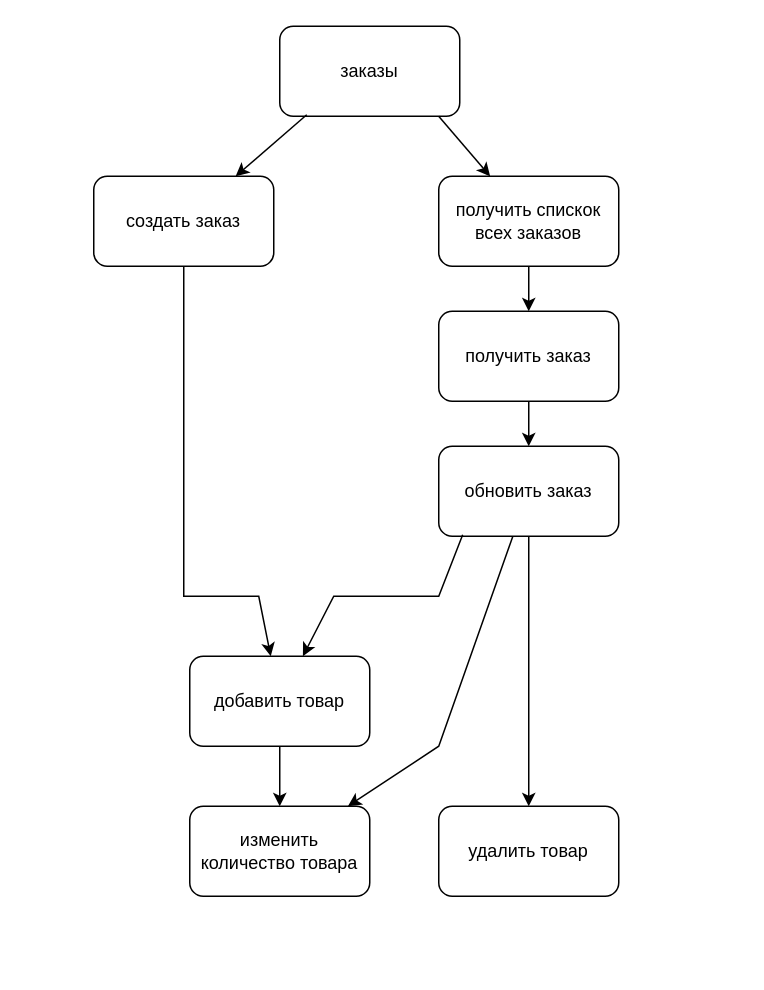
The draw.io diagram Диаграмма без названия.drawio in omelchenkopete/SA, before the edit. Source tidied: cells renumbered, new cells numbered last; positions are measured from the earlier drawing's top-left corner, leaving out a move shared by most shapes. Both pictures are drawn from the tidied source at 150%, with x=0, y=0 at pixel (93, 26).
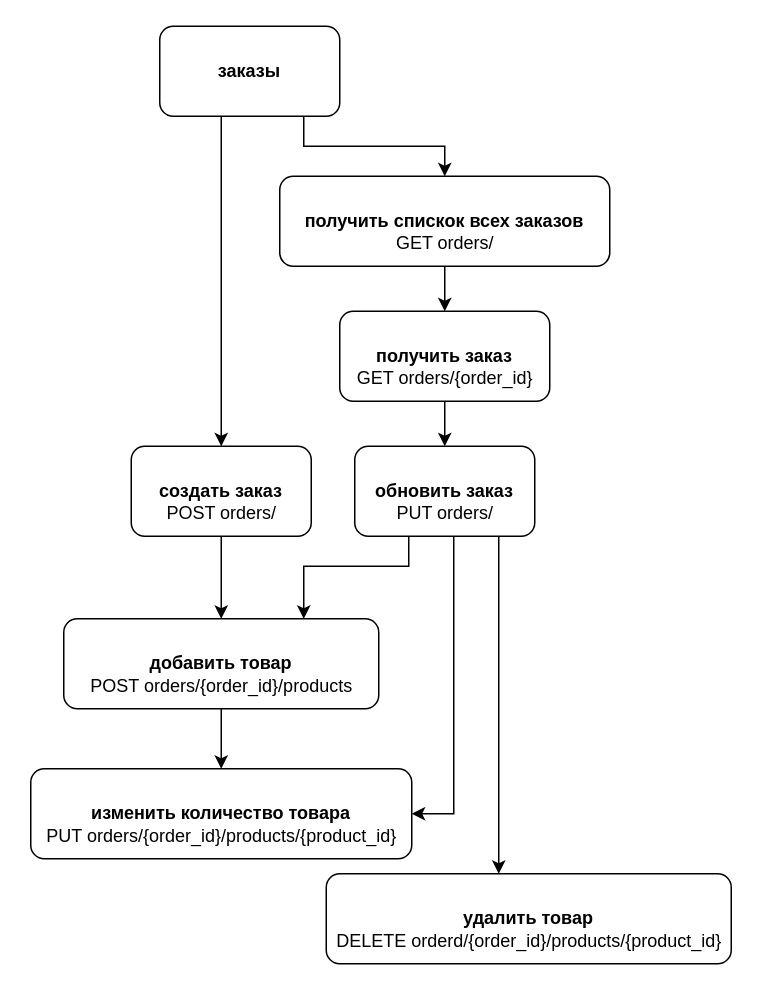
The same page after the edit.

The edit, as a diff of the source:
```diff
@@
-    <mxCell id="2" value="заказы" style="rounded=1;whiteSpace=wrap;html=1;" parent="1" vertex="1">
-      <mxGeometry x="124" width="120" height="60" as="geometry" />
+    <mxCell id="2" value="заказы" style="rounded=1;whiteSpace=wrap;html=1;fontStyle=1;" parent="1" vertex="1">
+      <mxGeometry x="44" width="120" height="60" as="geometry" />
     </mxCell>
-    <mxCell id="3" value="получить спискок всех заказов" style="rounded=1;whiteSpace=wrap;html=1;" parent="1" vertex="1">
-      <mxGeometry x="230" y="100" width="120" height="60" as="geometry" />
+    <mxCell id="3" value="получить спискок всех заказов" style="rounded=1;whiteSpace=wrap;html=1;fontStyle=1;" parent="1" vertex="1">
+      <mxGeometry x="124" y="100" width="220" height="60" as="geometry" />
     </mxCell>
-    <mxCell id="4" value="создать заказ" style="rounded=1;whiteSpace=wrap;html=1;" parent="1" vertex="1">
-      <mxGeometry y="100" width="120" height="60" as="geometry" />
+    <mxCell id="4" value="создать заказ" style="rounded=1;whiteSpace=wrap;html=1;fontStyle=1;" parent="1" vertex="1">
+      <mxGeometry x="25" y="280" width="120" height="60" as="geometry" />
     </mxCell>
-    <mxCell id="5" value="получить заказ" style="rounded=1;whiteSpace=wrap;html=1;" parent="1" vertex="1">
-      <mxGeometry x="230" y="190" width="120" height="60" as="geometry" />
+    <mxCell id="5" value="получить заказ" style="rounded=1;whiteSpace=wrap;html=1;fontStyle=1;" parent="1" vertex="1">
+      <mxGeometry x="164" y="190" width="140" height="60" as="geometry" />
     </mxCell>
-    <mxCell id="6" style="endArrow=classic;html=1;rounded=0;" parent="1" edge="1" source="3" target="5">
+    <mxCell id="6" style="endArrow=classic;html=1;rounded=0;" parent="1" edge="1" source="25" target="5">
       <mxGeometry relative="1" as="geometry" />
     </mxCell>
-    <mxCell id="7" value="обновить заказ" style="rounded=1;whiteSpace=wrap;html=1;" parent="1" vertex="1">
-      <mxGeometry x="230" y="280" width="120" height="60" as="geometry" />
+    <mxCell id="7" value="обновить заказ" style="rounded=1;whiteSpace=wrap;html=1;fontStyle=1;" parent="1" vertex="1">
+      <mxGeometry x="174" y="280" width="120" height="60" as="geometry" />
     </mxCell>
@@
-    <mxCell id="9" value="добавить товар" style="rounded=1;whiteSpace=wrap;html=1;" parent="1" vertex="1">
-      <mxGeometry x="64" y="420" width="120" height="60" as="geometry" />
+    <mxCell id="9" value="добавить товар" style="rounded=1;whiteSpace=wrap;html=1;fontStyle=1;" parent="1" vertex="1">
+      <mxGeometry x="-20" y="395" width="210" height="60" as="geometry" />
     </mxCell>
-    <mxCell id="10" style="endArrow=classic;html=1;rounded=0;" parent="1" edge="1" source="4" target="9">
-      <mxGeometry relative="1" as="geometry">
-        <Array as="points">
-          <mxPoint x="60" y="380" />
-          <mxPoint x="110" y="380" />
-        </Array>
-      </mxGeometry>
+    <mxCell id="10" style="endArrow=classic;html=1;rounded=0;edgeStyle=orthogonalEdgeStyle;" parent="1" edge="1" source="4" target="9">
+      <mxGeometry relative="1" as="geometry" />
     </mxCell>
-    <mxCell id="11" style="endArrow=classic;html=1;rounded=0;exitX=0.133;exitY=0.983;exitDx=0;exitDy=0;exitPerimeter=0;" parent="1" edge="1" source="7" target="9">
+    <mxCell id="11" style="endArrow=classic;html=1;rounded=0;edgeStyle=orthogonalEdgeStyle;" parent="1" edge="1" source="7" target="9">
       <mxGeometry relative="1" as="geometry">
         <Array as="points">
-          <mxPoint x="230" y="380" />
-          <mxPoint x="160" y="380" />
+          <mxPoint x="210" y="360" />
+          <mxPoint x="140" y="360" />
         </Array>
       </mxGeometry>
     </mxCell>
-    <mxCell id="12" value="удалить товар" style="rounded=1;whiteSpace=wrap;html=1;" parent="1" vertex="1">
-      <mxGeometry x="230" y="520" width="120" height="60" as="geometry" />
+    <mxCell id="12" value="удалить товар" style="rounded=1;whiteSpace=wrap;html=1;fontStyle=1;" parent="1" vertex="1">
+      <mxGeometry x="155" y="565" width="270" height="60" as="geometry" />
     </mxCell>
-    <mxCell id="13" style="endArrow=classic;html=1;rounded=0;" parent="1" edge="1" source="7" target="12">
-      <mxGeometry relative="1" as="geometry" />
+    <mxCell id="13" style="endArrow=classic;html=1;rounded=0;edgeStyle=orthogonalEdgeStyle;" parent="1" edge="1" source="7" target="12">
+      <mxGeometry relative="1" as="geometry">
+        <Array as="points">
+          <mxPoint x="270" y="440" />
+          <mxPoint x="270" y="440" />
+        </Array>
+      </mxGeometry>
     </mxCell>
-    <mxCell id="14" value="изменить количество товара" style="rounded=1;whiteSpace=wrap;html=1;" parent="1" vertex="1">
-      <mxGeometry x="64" y="520" width="120" height="60" as="geometry" />
+    <mxCell id="14" value="изменить количество товара" style="rounded=1;whiteSpace=wrap;html=1;fontStyle=1;" parent="1" vertex="1">
+      <mxGeometry x="-42" y="495" width="254" height="60" as="geometry" />
     </mxCell>
-    <mxCell id="15" style="endArrow=classic;html=1;rounded=0;" parent="1" edge="1" source="7" target="14">
+    <mxCell id="15" style="endArrow=classic;html=1;rounded=0;edgeStyle=orthogonalEdgeStyle;" parent="1" edge="1" source="7" target="14">
       <mxGeometry relative="1" as="geometry">
         <Array as="points">
-          <mxPoint x="230" y="480" />
+          <mxPoint x="240" y="525" />
         </Array>
       </mxGeometry>
     </mxCell>
@@
-    <mxCell id="17" style="endArrow=classic;html=1;rounded=0;exitX=0.15;exitY=0.983;exitDx=0;exitDy=0;exitPerimeter=0;" parent="1" edge="1" source="2" target="4">
-      <mxGeometry relative="1" as="geometry" />
+    <mxCell id="17" style="endArrow=classic;html=1;rounded=0;edgeStyle=orthogonalEdgeStyle;" parent="1" edge="1" source="2" target="4">
+      <mxGeometry relative="1" as="geometry">
+        <Array as="points">
+          <mxPoint x="85" y="110" />
+          <mxPoint x="85" y="110" />
+        </Array>
+      </mxGeometry>
     </mxCell>
-    <mxCell id="18" style="endArrow=classic;html=1;rounded=0;exitX=0.883;exitY=1;exitDx=0;exitDy=0;exitPerimeter=0;" parent="1" edge="1" source="2" target="3">
-      <mxGeometry relative="1" as="geometry" />
+    <mxCell id="18" style="endArrow=classic;html=1;rounded=0;edgeStyle=orthogonalEdgeStyle;" parent="1" edge="1" source="2" target="3">
+      <mxGeometry relative="1" as="geometry">
+        <Array as="points">
+          <mxPoint x="140" y="80" />
+          <mxPoint x="234" y="80" />
+        </Array>
+      </mxGeometry>
     </mxCell>
+    <mxCell id="19" value="GET orders/{order_id}" style="text;html=1;align=center;verticalAlign=middle;strokeColor=none;fillColor=none;" parent="1" vertex="1">
+      <mxGeometry x="164" y="220" width="140" height="30" as="geometry" />
+    </mxCell>
+    <mxCell id="20" value="POST orders/" style="text;html=1;align=center;verticalAlign=middle;strokeColor=none;fillColor=none;" parent="1" vertex="1">
+      <mxGeometry x="35" y="310" width="100" height="30" as="geometry" />
+    </mxCell>
+    <mxCell id="21" value="PUT orders/" style="text;html=1;align=center;verticalAlign=middle;strokeColor=none;fillColor=none;" parent="1" vertex="1">
+      <mxGeometry x="189" y="310" width="90" height="30" as="geometry" />
+    </mxCell>
+    <mxCell id="22" value="POST orders/{order_id}/products" style="text;html=1;align=center;verticalAlign=middle;strokeColor=none;fillColor=none;" parent="1" vertex="1">
+      <mxGeometry x="-15" y="425" width="200" height="30" as="geometry" />
+    </mxCell>
+    <mxCell id="23" value="PUT orders/{order_id}/products/{product_id}" style="text;html=1;align=center;verticalAlign=middle;strokeColor=none;fillColor=none;" parent="1" vertex="1">
+      <mxGeometry x="-45" y="525" width="260" height="30" as="geometry" />
+    </mxCell>
+    <mxCell id="24" value="DELETE orderd/{order_id}/products/{product_id}" style="text;html=1;align=center;verticalAlign=middle;strokeColor=none;fillColor=none;" parent="1" vertex="1">
+      <mxGeometry x="150" y="595" width="280" height="30" as="geometry" />
+    </mxCell>
+    <mxCell id="25" value="GET orders/" style="text;html=1;align=center;verticalAlign=middle;points=[];strokeColor=none;fillColor=none;" parent="1" vertex="1">
+      <mxGeometry x="189" y="130" width="90" height="30" as="geometry" />
+    </mxCell>
```
